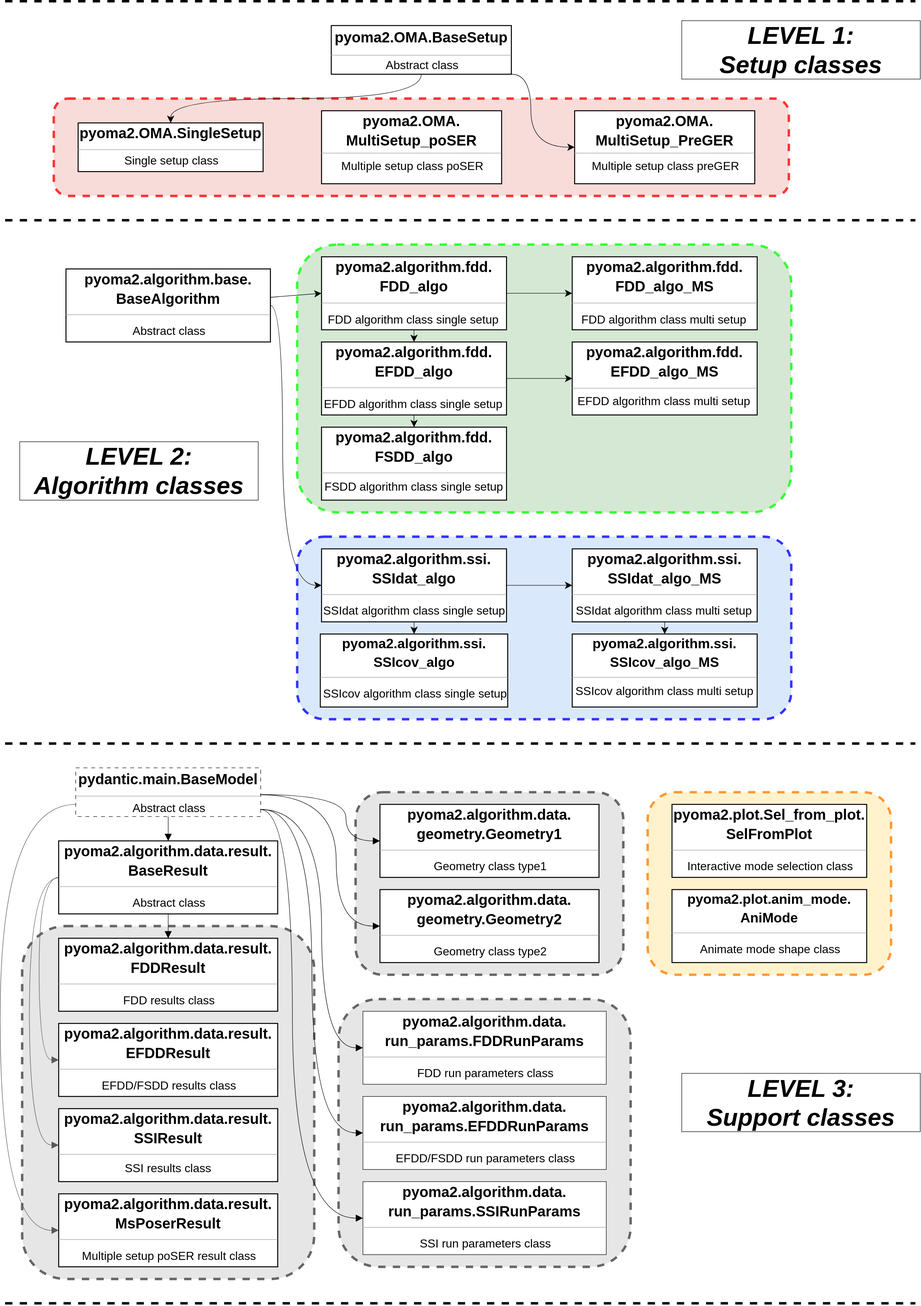
Before: docs/img/info.svg, a diagram exported from draw.io (dagghe/pyOMA2). Source tidied: cells renumbered, new cells last; positions are measured from the earlier drawing's top-left corner, leaving out a move shared by most shapes.
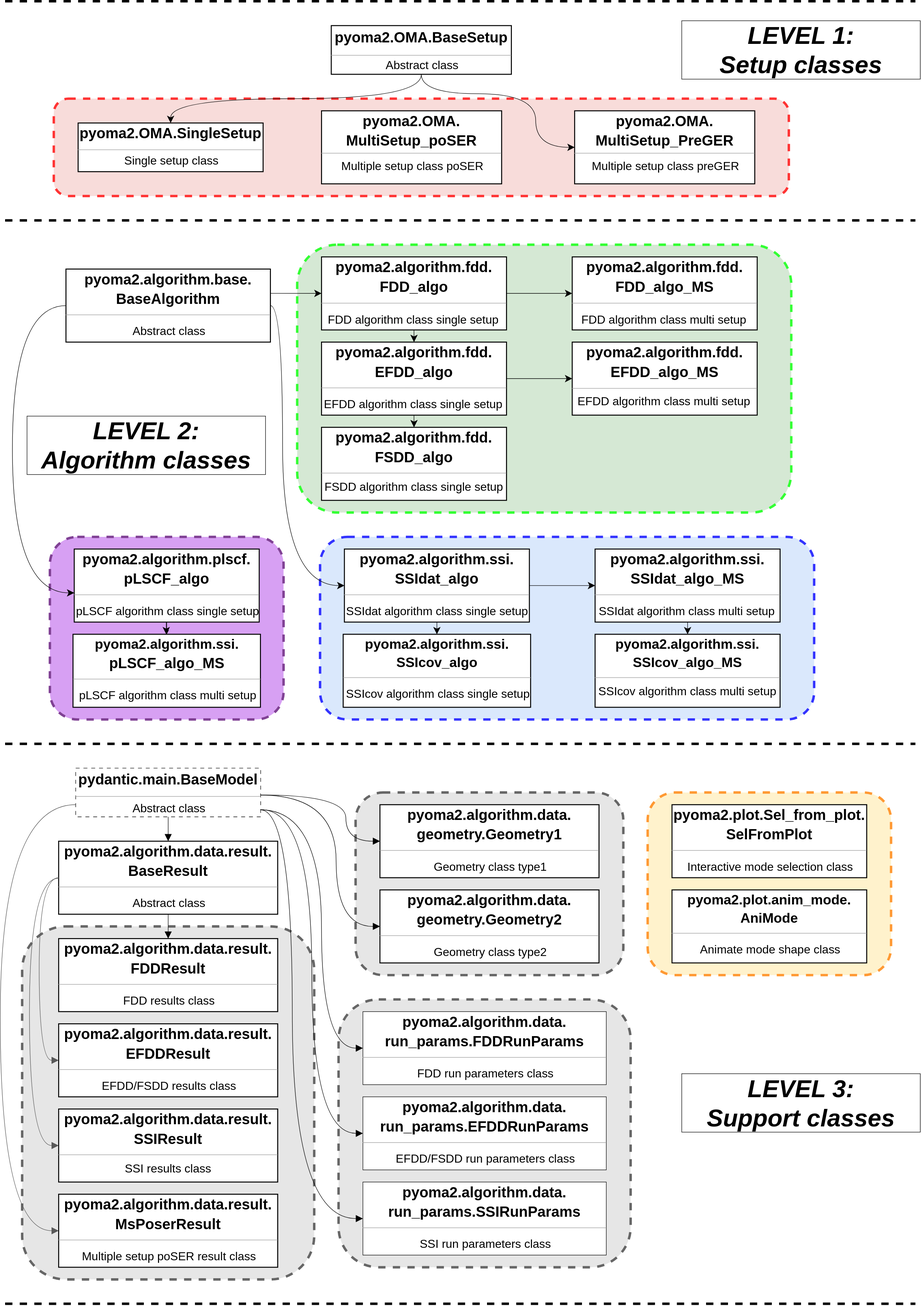
After the change.

What changed in the source:
```diff
@@ -20,11 +20,12 @@
     <mxCell id="6" value="&lt;p style=&quot;margin: 4px 0px 0px; font-size: 30px;&quot;&gt;&lt;b style=&quot;&quot;&gt;&lt;font style=&quot;font-size: 30px;&quot;&gt;pyoma2.algorithm.base.&lt;/font&gt;&lt;/b&gt;&lt;/p&gt;&lt;p style=&quot;margin: 4px 0px 0px; font-size: 30px;&quot;&gt;&lt;b style=&quot;&quot;&gt;&lt;font style=&quot;font-size: 30px;&quot;&gt;BaseAlgorithm&lt;/font&gt;&lt;/b&gt;&lt;/p&gt;&lt;hr style=&quot;font-size: 28px;&quot; size=&quot;1&quot;&gt;&lt;p style=&quot;margin:0 0 0 4px;line-height:1.6;&quot;&gt;&lt;span style=&quot;background-color: initial;&quot;&gt;&lt;font style=&quot;font-size: 24px;&quot;&gt;Abstract class&lt;/font&gt;&lt;/span&gt;&lt;br&gt;&lt;/p&gt;" style="verticalAlign=top;align=center;overflow=fill;fontSize=14;fontFamily=Helvetica;html=1;rounded=0;shadow=0;comic=0;labelBackgroundColor=none;strokeWidth=2;" parent="1" vertex="1">
       <mxGeometry x="135" y="550" width="420" height="150" as="geometry" />
     </mxCell>
-    <mxCell id="7" style="html=1;rounded=1;dashed=0;startArrow=classic;startSize=12;endArrow=none;strokeColor=#000000;exitX=0;exitY=0.5;exitDx=0;exitDy=0;entryX=1;entryY=1;entryDx=0;entryDy=0;edgeStyle=orthogonalEdgeStyle;curved=1;startFill=1;align=center;" parent="1" edge="1" source="21" target="5">
+    <mxCell id="7" style="html=1;rounded=1;dashed=0;startArrow=classic;startSize=12;endArrow=none;strokeColor=#000000;exitX=0;exitY=0.5;exitDx=0;exitDy=0;entryX=0.5;entryY=1;entryDx=0;entryDy=0;edgeStyle=orthogonalEdgeStyle;curved=1;startFill=1;align=center;" parent="1" edge="1" source="21" target="5">
       <mxGeometry relative="1" as="geometry">
         <Array as="points">
-          <mxPoint x="1090" y="300" />
-          <mxPoint x="1090" y="150" />
+          <mxPoint x="1100" y="300" />
+          <mxPoint x="1100" y="190" />
+          <mxPoint x="865" y="190" />
         </Array>
       </mxGeometry>
     </mxCell>
@@ -73,31 +74,31 @@
     <mxCell id="21" value="&lt;p style=&quot;margin: 4px 0px 0px; font-size: 30px;&quot;&gt;&lt;b style=&quot;&quot;&gt;&lt;font style=&quot;font-size: 30px;&quot;&gt;pyoma2.OMA.&lt;/font&gt;&lt;/b&gt;&lt;/p&gt;&lt;p style=&quot;margin: 4px 0px 0px; font-size: 30px;&quot;&gt;&lt;b style=&quot;&quot;&gt;&lt;font style=&quot;font-size: 30px;&quot;&gt;MultiSetup_PreGER&lt;/font&gt;&lt;/b&gt;&lt;/p&gt;&lt;hr style=&quot;&quot; size=&quot;1&quot;&gt;&lt;p style=&quot;margin: 0px 0px 0px 4px; line-height: 1.6;&quot;&gt;&lt;font style=&quot;font-size: 24px;&quot;&gt;Multiple setup class preGER&lt;/font&gt;&lt;br&gt;&lt;/p&gt;" style="verticalAlign=top;align=center;overflow=fill;fontSize=14;fontFamily=Helvetica;html=1;rounded=0;shadow=0;comic=0;labelBackgroundColor=none;strokeWidth=2;" parent="1" vertex="1">
       <mxGeometry x="1180" y="225" width="370" height="150" as="geometry" />
     </mxCell>
-    <mxCell id="22" style="html=1;rounded=1;dashed=0;startArrow=classic;startSize=12;endArrow=none;strokeColor=#000000;exitX=0;exitY=0.5;exitDx=0;exitDy=0;startFill=1;align=center;" parent="1" edge="1" source="13" target="6">
+    <mxCell id="22" style="html=1;rounded=1;dashed=0;startArrow=classic;startSize=12;endArrow=none;strokeColor=#000000;exitX=0;exitY=0.5;exitDx=0;exitDy=0;startFill=1;align=center;entryX=0.999;entryY=0.333;entryDx=0;entryDy=0;entryPerimeter=0;" parent="1" edge="1" source="13" target="6">
       <mxGeometry relative="1" as="geometry" />
     </mxCell>
     <mxCell id="23" style="rounded=1;whiteSpace=wrap;html=1;fillColor=#dae8fc;strokeColor=#3333FF;dashed=1;strokeWidth=5;align=center;" parent="1" vertex="1">
-      <mxGeometry x="610" y="1100" width="1015" height="375" as="geometry" />
+      <mxGeometry x="657" y="1100" width="1015" height="375" as="geometry" />
     </mxCell>
     <mxCell id="24" value="&lt;p style=&quot;margin: 4px 0px 0px; font-size: 28px;&quot;&gt;&lt;b style=&quot;&quot;&gt;&lt;font style=&quot;font-size: 28px;&quot;&gt;pyoma2.algorithm.ssi.&lt;/font&gt;&lt;/b&gt;&lt;/p&gt;&lt;p style=&quot;margin: 4px 0px 0px; font-size: 28px;&quot;&gt;&lt;b style=&quot;&quot;&gt;&lt;font style=&quot;font-size: 28px;&quot;&gt;SSIcov_algo&lt;/font&gt;&lt;/b&gt;&lt;/p&gt;&lt;hr style=&quot;font-size: 28px;&quot; size=&quot;1&quot;&gt;&lt;p style=&quot;margin:0 0 0 4px;line-height:1.6;&quot;&gt;&lt;font style=&quot;font-size: 24px;&quot;&gt;SSIcov algorithm class single setup&lt;/font&gt;&lt;br&gt;&lt;/p&gt;" style="verticalAlign=top;align=center;overflow=fill;fontSize=14;fontFamily=Helvetica;html=1;rounded=0;shadow=0;comic=0;labelBackgroundColor=none;strokeWidth=2;" parent="1" vertex="1">
-      <mxGeometry x="657.5" y="1300" width="385" height="150" as="geometry" />
+      <mxGeometry x="704.5" y="1300" width="385" height="150" as="geometry" />
     </mxCell>
     <mxCell id="25" value="&lt;p style=&quot;margin: 4px 0px 0px; font-size: 28px;&quot;&gt;&lt;b style=&quot;&quot;&gt;&lt;font style=&quot;font-size: 28px;&quot;&gt;pyoma2.algorithm.ssi.&lt;/font&gt;&lt;/b&gt;&lt;/p&gt;&lt;p style=&quot;margin: 4px 0px 0px; font-size: 28px;&quot;&gt;&lt;b style=&quot;&quot;&gt;&lt;font style=&quot;font-size: 28px;&quot;&gt;SSIcov_algo_MS&lt;/font&gt;&lt;/b&gt;&lt;/p&gt;&lt;hr style=&quot;font-size: 28px;&quot; size=&quot;1&quot;&gt;&lt;font style=&quot;font-size: 24px;&quot;&gt;SSIcov algorithm class multi setup&lt;/font&gt;" style="verticalAlign=top;align=center;overflow=fill;fontSize=14;fontFamily=Helvetica;html=1;rounded=0;shadow=0;comic=0;labelBackgroundColor=none;strokeWidth=2;" parent="1" vertex="1">
-      <mxGeometry x="1175" y="1300" width="380" height="150" as="geometry" />
+      <mxGeometry x="1222" y="1300" width="380" height="150" as="geometry" />
     </mxCell>
     <mxCell id="26" style="edgeStyle=orthogonalEdgeStyle;rounded=0;jettySize=auto;html=1;entryX=0.5;entryY=0;entryDx=0;entryDy=0;startSize=12;endArrow=classic;endFill=1;endSize=12;align=center;" parent="1" edge="1" source="27" target="24">
       <mxGeometry relative="1" as="geometry">
         <Array as="points">
-          <mxPoint x="850" y="1300" />
-          <mxPoint x="850" y="1300" />
+          <mxPoint x="897" y="1300" />
+          <mxPoint x="897" y="1300" />
         </Array>
       </mxGeometry>
     </mxCell>
     <mxCell id="27" value="&lt;p style=&quot;margin: 4px 0px 0px; font-size: 30px;&quot;&gt;&lt;b style=&quot;&quot;&gt;&lt;font style=&quot;font-size: 30px;&quot;&gt;pyoma2.algorithm.ssi.&lt;/font&gt;&lt;/b&gt;&lt;/p&gt;&lt;p style=&quot;margin: 4px 0px 0px; font-size: 30px;&quot;&gt;&lt;b style=&quot;&quot;&gt;&lt;font style=&quot;font-size: 30px;&quot;&gt;SSIdat_algo&lt;/font&gt;&lt;/b&gt;&lt;/p&gt;&lt;hr style=&quot;font-size: 28px;&quot; size=&quot;1&quot;&gt;&lt;p style=&quot;margin:0 0 0 4px;line-height:1.6;&quot;&gt;&lt;font style=&quot;font-size: 24px;&quot;&gt;SSIdat algorithm class single setup&amp;nbsp;&lt;/font&gt;&lt;br&gt;&lt;/p&gt;" style="verticalAlign=top;align=center;overflow=fill;fontSize=14;fontFamily=Helvetica;html=1;rounded=0;shadow=0;comic=0;labelBackgroundColor=none;strokeWidth=2;" parent="1" vertex="1">
-      <mxGeometry x="660" y="1125" width="380" height="150" as="geometry" />
+      <mxGeometry x="707" y="1125" width="380" height="150" as="geometry" />
     </mxCell>
     <mxCell id="28" value="&lt;p style=&quot;margin: 4px 0px 0px; font-size: 30px;&quot;&gt;&lt;b style=&quot;&quot;&gt;&lt;font style=&quot;font-size: 30px;&quot;&gt;pyoma2.algorithm.ssi.&lt;/font&gt;&lt;/b&gt;&lt;/p&gt;&lt;p style=&quot;margin: 4px 0px 0px; font-size: 30px;&quot;&gt;&lt;b style=&quot;&quot;&gt;&lt;font style=&quot;font-size: 30px;&quot;&gt;SSIdat_algo_MS&lt;/font&gt;&lt;/b&gt;&lt;/p&gt;&lt;hr style=&quot;font-size: 28px;&quot; size=&quot;1&quot;&gt;&lt;p style=&quot;margin:0 0 0 4px;line-height:1.6;&quot;&gt;&lt;font style=&quot;font-size: 24px;&quot;&gt;SSIdat algorithm class multi setup&amp;nbsp;&lt;/font&gt;&lt;br&gt;&lt;/p&gt;" style="verticalAlign=top;align=center;overflow=fill;fontSize=14;fontFamily=Helvetica;html=1;rounded=0;shadow=0;comic=0;labelBackgroundColor=none;strokeWidth=2;" parent="1" vertex="1">
-      <mxGeometry x="1175" y="1125" width="380" height="150" as="geometry" />
+      <mxGeometry x="1222" y="1125" width="380" height="150" as="geometry" />
     </mxCell>
     <mxCell id="29" style="html=1;rounded=1;dashed=0;startArrow=classic;startSize=12;endArrow=none;strokeColor=#000000;exitX=0.5;exitY=0;exitDx=0;exitDy=0;entryX=0.5;entryY=1;entryDx=0;entryDy=0;startFill=1;align=center;" parent="1" edge="1" source="25" target="28">
       <mxGeometry relative="1" as="geometry" />
@@ -247,7 +248,7 @@
       <mxGeometry x="1400" y="40" width="490" height="120" as="geometry" />
     </mxCell>
     <mxCell id="62" value="&lt;font style=&quot;font-size: 40px;&quot;&gt;&lt;b style=&quot;font-size: 50px;&quot;&gt;&lt;i&gt;LEVEL 2: &lt;br&gt;Algorithm classes&lt;/i&gt;&lt;/b&gt;&lt;/font&gt;" style="rounded=0;whiteSpace=wrap;html=1;" parent="1" vertex="1">
-      <mxGeometry x="40" y="905" width="490" height="120" as="geometry" />
+      <mxGeometry x="55" y="852" width="490" height="120" as="geometry" />
     </mxCell>
     <mxCell id="63" value="&lt;font style=&quot;font-size: 40px;&quot;&gt;&lt;b style=&quot;font-size: 50px;&quot;&gt;&lt;i&gt;LEVEL 3: &lt;br&gt;Support classes&lt;/i&gt;&lt;/b&gt;&lt;/font&gt;" style="rounded=0;whiteSpace=wrap;html=1;" parent="1" vertex="1">
       <mxGeometry x="1400" y="2202.5" width="490" height="120" as="geometry" />
@@ -260,5 +261,36 @@
         </Array>
       </mxGeometry>
     </mxCell>
+    <mxCell id="65" style="rounded=1;whiteSpace=wrap;html=1;fillColor=#d7a0f3;strokeColor=#804194;dashed=1;strokeWidth=5;align=center;" parent="1" vertex="1">
+      <mxGeometry x="102" y="1100" width="480" height="375" as="geometry" />
+    </mxCell>
+    <mxCell id="66" value="&lt;p style=&quot;margin: 4px 0px 0px; font-size: 28px;&quot;&gt;&lt;b style=&quot;&quot;&gt;&lt;font style=&quot;font-size: 28px;&quot;&gt;pyoma2.algorithm.ssi.&lt;/font&gt;&lt;/b&gt;&lt;/p&gt;&lt;p style=&quot;margin: 4px 0px 0px; font-size: 28px;&quot;&gt;&lt;b style=&quot;border-color: var(--border-color); font-size: 30px;&quot;&gt;pLSCF_algo_MS&lt;/b&gt;&lt;br&gt;&lt;/p&gt;&lt;hr style=&quot;font-size: 28px;&quot; size=&quot;1&quot;&gt;&lt;p style=&quot;margin:0 0 0 4px;line-height:1.6;&quot;&gt;&lt;font style=&quot;font-size: 24px;&quot;&gt;pLSCF algorithm class multi setup&lt;/font&gt;&lt;br&gt;&lt;/p&gt;" style="verticalAlign=top;align=center;overflow=fill;fontSize=14;fontFamily=Helvetica;html=1;rounded=0;shadow=0;comic=0;labelBackgroundColor=none;strokeWidth=2;" parent="1" vertex="1">
+      <mxGeometry x="149.5" y="1300" width="385" height="150" as="geometry" />
+    </mxCell>
+    <mxCell id="67" style="edgeStyle=orthogonalEdgeStyle;rounded=0;jettySize=auto;html=1;" parent="1" edge="1" source="68" target="66">
+      <mxGeometry relative="1" as="geometry" />
+    </mxCell>
+    <mxCell id="68" value="&lt;p style=&quot;margin: 4px 0px 0px; font-size: 30px;&quot;&gt;&lt;b style=&quot;&quot;&gt;&lt;font style=&quot;font-size: 30px;&quot;&gt;pyoma2.algorithm.plscf.&lt;/font&gt;&lt;/b&gt;&lt;/p&gt;&lt;p style=&quot;margin: 4px 0px 0px; font-size: 30px;&quot;&gt;&lt;b style=&quot;&quot;&gt;&lt;font style=&quot;font-size: 30px;&quot;&gt;pLSCF_algo&lt;/font&gt;&lt;/b&gt;&lt;/p&gt;&lt;hr style=&quot;font-size: 28px;&quot; size=&quot;1&quot;&gt;&lt;p style=&quot;margin:0 0 0 4px;line-height:1.6;&quot;&gt;&lt;font style=&quot;font-size: 24px;&quot;&gt;pLSCF algorithm class single setup&amp;nbsp;&lt;/font&gt;&lt;br&gt;&lt;/p&gt;" style="verticalAlign=top;align=center;overflow=fill;fontSize=14;fontFamily=Helvetica;html=1;rounded=0;shadow=0;comic=0;labelBackgroundColor=none;strokeWidth=2;" parent="1" vertex="1">
+      <mxGeometry x="152" y="1125" width="380" height="150" as="geometry" />
+    </mxCell>
+    <mxCell id="69" style="html=1;rounded=1;dashed=0;startArrow=classic;startSize=12;endArrow=none;strokeColor=#000000;exitX=0;exitY=0.5;exitDx=0;exitDy=0;entryX=0;entryY=0.5;entryDx=0;entryDy=0;startFill=1;edgeStyle=orthogonalEdgeStyle;curved=1;align=center;" parent="1" edge="1" target="6">
+      <mxGeometry relative="1" as="geometry">
+        <mxPoint x="152" y="1215" as="sourcePoint" />
+        <Array as="points">
+          <mxPoint x="25" y="1215" />
+          <mxPoint x="25" y="625" />
+        </Array>
+      </mxGeometry>
+    </mxCell>
+    <mxCell id="70" style="edgeStyle=orthogonalEdgeStyle;rounded=0;orthogonalLoop=1;jettySize=auto;html=1;entryX=0.5;entryY=0;entryDx=0;entryDy=0;startSize=12;endArrow=classic;endFill=1;endSize=12;align=center;" parent="1" edge="1">
+      <mxGeometry relative="1" as="geometry">
+        <mxPoint x="341" y="1275" as="sourcePoint" />
+        <mxPoint x="341" y="1300" as="targetPoint" />
+        <Array as="points">
+          <mxPoint x="341" y="1300" />
+          <mxPoint x="341" y="1300" />
+        </Array>
+      </mxGeometry>
+    </mxCell>
   </root>
 </mxGraphModel>
```
